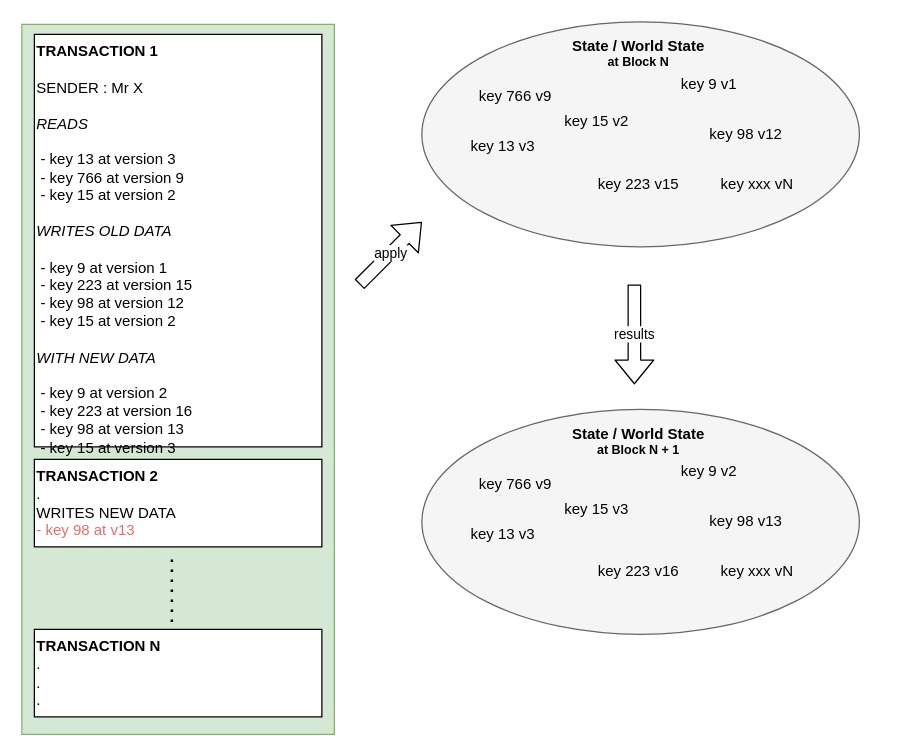
arnabkaycee/arnabkaycee.github.io keeps this draw.io diagram as page "Page-2" (2 of 5) of _posts/fab-eth-v2/diagrams/block_structure.drawio. Above is the earlier version. Source tidied: cells renumbered, new cells numbered last; positions are measured from the earlier drawing's top-left corner, leaving out a move shared by most shapes. Both pictures are drawn from the tidied source at 125%, with x=0, y=0 at pixel (21, 21).
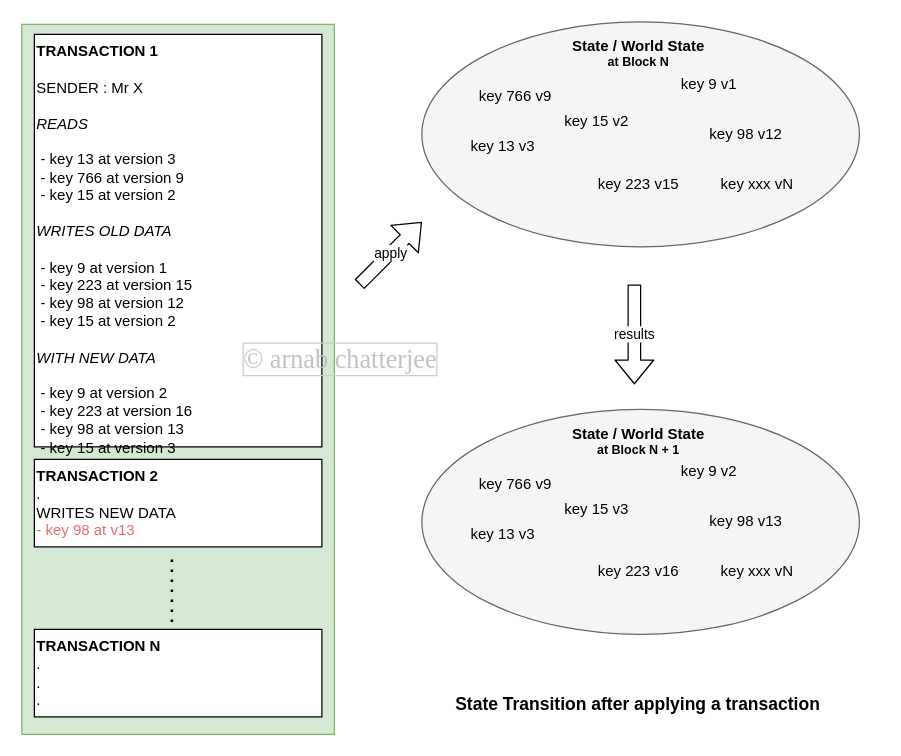
The same diagram, later.

What changed in the source:
```diff
@@
+    <mxCell id="29" value="© arnab chatterjee" style="text;html=1;strokeColor=none;fillColor=none;align=center;verticalAlign=middle;whiteSpace=wrap;rounded=0;fontFamily=Garamond;fontSize=21;labelBorderColor=#CCCCCC;labelBackgroundColor=none;fontStyle=0;fontColor=#C2C2C2;" parent="1" vertex="1">
+      <mxGeometry x="60" y="260" width="390" height="20" as="geometry" />
+    </mxCell>
+    <mxCell id="30" value="State Transition after applying a transaction" style="text;html=1;strokeColor=none;fillColor=none;align=center;verticalAlign=middle;whiteSpace=wrap;rounded=0;fontStyle=1;fontSize=14;" parent="1" vertex="1">
+      <mxGeometry x="300.2" y="536" width="385.5" height="20" as="geometry" />
+    </mxCell>
```
